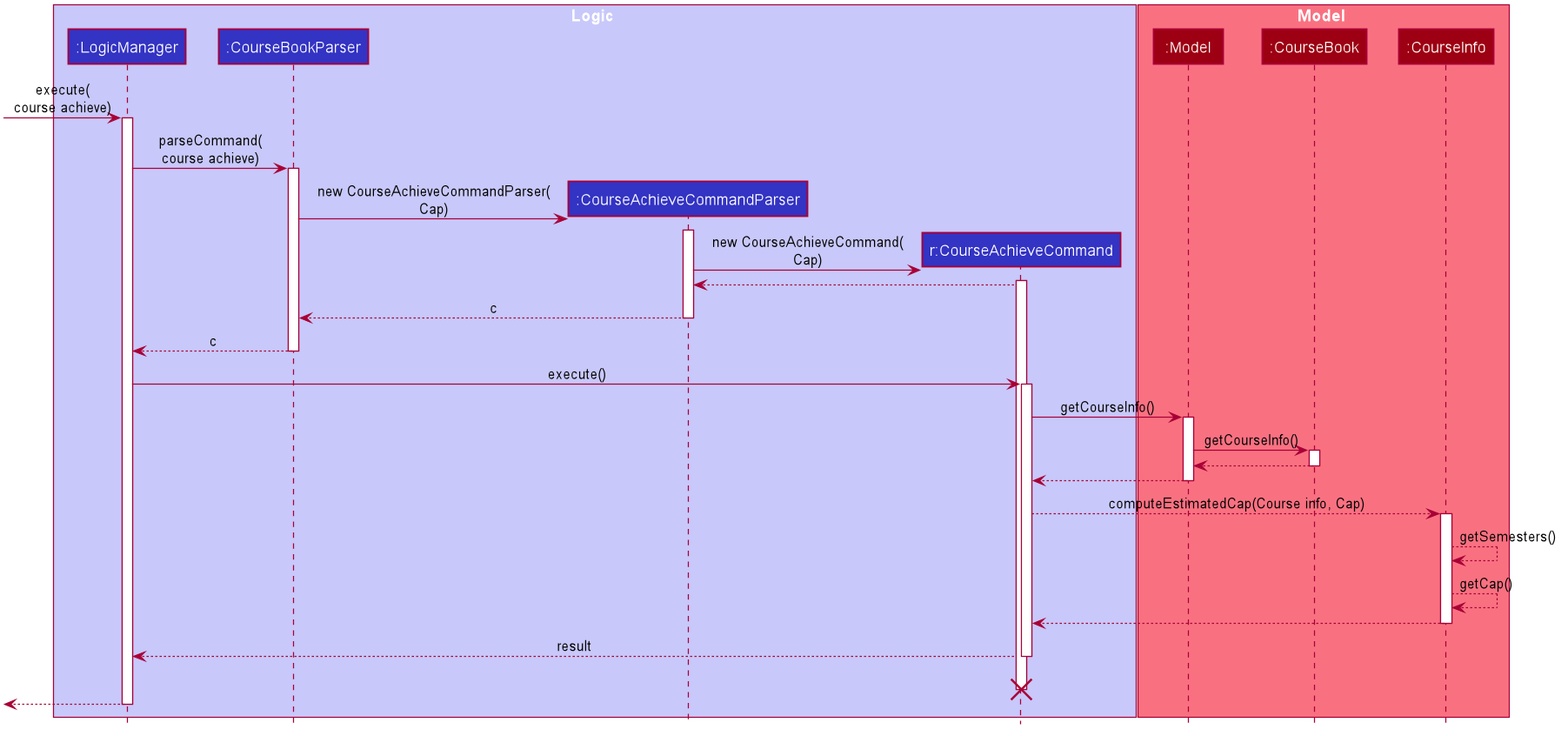
The PlantUML diagram images/developer-guide/CourseAchieveSequenceDiagram.png in AY1920S2-CS2103T-F09-3/main, before a commit. Its diagram source:
```plantuml
@startuml










skinparam BackgroundColor #FFFFFFF

skinparam Shadowing false

skinparam Class {
    FontColor #FFFFFF
    BorderThickness 1
    BorderColor #FFFFFF
    StereotypeFontColor #FFFFFF
    FontName Arial
}

skinparam Actor {
    BorderColor #000000
    Color #000000
    FontName Arial
}

skinparam Sequence {
    MessageAlign center
    BoxFontSize 15
    BoxPadding 0
    BoxFontColor #FFFFFF
    FontName Arial
}

skinparam Participant {
    FontColor #FFFFFFF
    Padding 20
}

skinparam MinClassWidth 50
skinparam ParticipantPadding 10
skinparam Shadowing false
skinparam DefaultTextAlignment center
skinparam packageStyle Rectangle

hide footbox
hide members
hide circle

box Logic #C8C8FA
participant ":LogicManager" as LogicManager #3333C4
participant ":CourseBookParser" as CourseBookParser #3333C4
participant ":CourseAchieveCommandParser" as CourseAchieveCommandParser #3333C4
participant "r:CourseAchieveCommand" as CourseAchieveCommand #3333C4
end box

box Model #F97181
participant ":Model" as Model #9D0012
participant ":CourseBook" as CourseBook #9D0012
participant ":CourseInfo" as CourseInfo #9D0012
end box

[-> LogicManager : execute(\ncourse achieve)
activate LogicManager

LogicManager -> CourseBookParser : parseCommand(\ncourse achieve)
activate CourseBookParser

create CourseAchieveCommandParser
CourseBookParser -> CourseAchieveCommandParser : new CourseAchieveCommandParser(\nCap)
activate CourseAchieveCommandParser

create CourseAchieveCommand
CourseAchieveCommandParser -> CourseAchieveCommand : new CourseAchieveCommand(\nCap)
activate CourseAchieveCommand

CourseAchieveCommand --> CourseAchieveCommandParser
CourseAchieveCommandParser --> CourseBookParser : c
deactivate CourseAchieveCommandParser

CourseBookParser --> LogicManager : c
deactivate CourseBookParser

LogicManager -> CourseAchieveCommand : execute()
activate CourseAchieveCommand

CourseAchieveCommand -> Model : getCourseInfo()
activate Model

Model -> CourseBook : getCourseInfo()
activate CourseBook

CourseBook --> Model
deactivate CourseBook

Model --> CourseAchieveCommand
deactivate Model

CourseAchieveCommand --> CourseInfo : computeEstimatedCap(Course info, Cap)
activate CourseInfo

CourseInfo --> CourseInfo : getSemesters()
CourseInfo --> CourseInfo : getCap()

CourseInfo --> CourseAchieveCommand
deactivate CourseInfo

CourseAchieveCommand --> LogicManager : result
deactivate CourseAchieveCommand
CourseAchieveCommand -[hidden]-> LogicManager : result
destroy CourseAchieveCommand

[<--LogicManager
deactivate LogicManager
@enduml
```
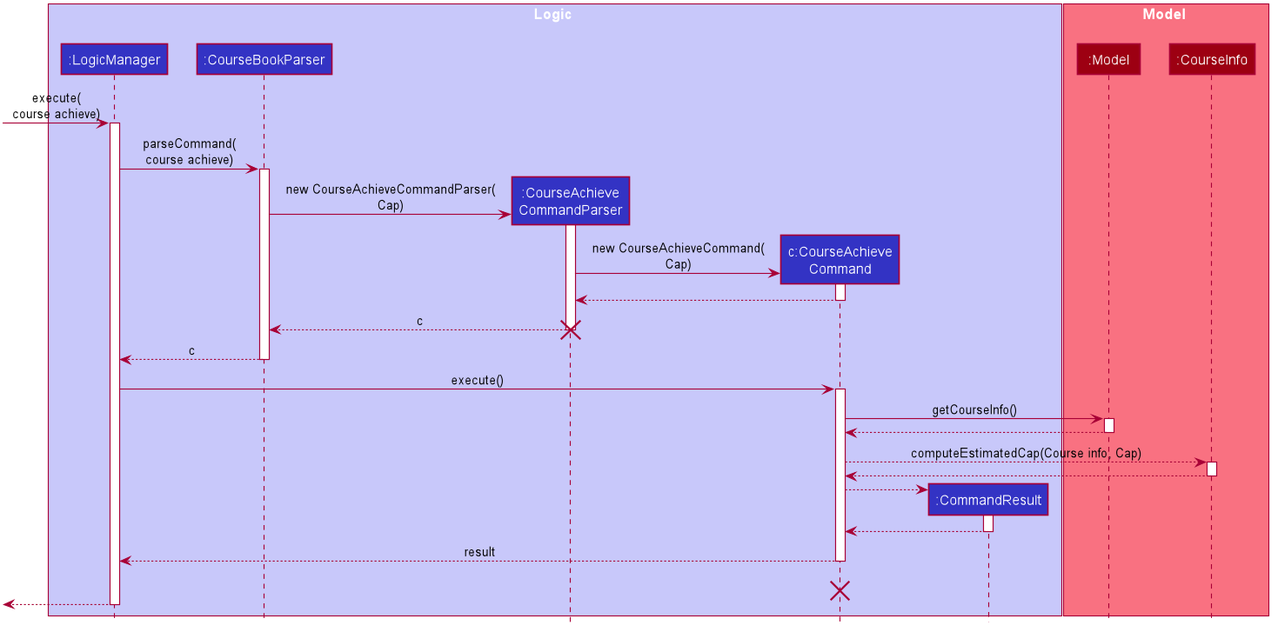
The same diagram one commit later.

Change to the diagram source:
```diff
@@ -53,13 +53,13 @@
 box Logic #C8C8FA
 participant ":LogicManager" as LogicManager #3333C4
 participant ":CourseBookParser" as CourseBookParser #3333C4
-participant ":CourseAchieveCommandParser" as CourseAchieveCommandParser #3333C4
-participant "r:CourseAchieveCommand" as CourseAchieveCommand #3333C4
+participant ":CourseAchieve\nCommandParser" as CourseAchieveCommandParser #3333C4
+participant "c:CourseAchieve\nCommand" as CourseAchieveCommand #3333C4
+participant ":CommandResult" as CommandResult #3333C4
 end box
 
 box Model #F97181
 participant ":Model" as Model #9D0012
-participant ":CourseBook" as CourseBook #9D0012
 participant ":CourseInfo" as CourseInfo #9D0012
 end box
 
@@ -78,8 +78,11 @@
 activate CourseAchieveCommand
 
 CourseAchieveCommand --> CourseAchieveCommandParser
+deactivate CourseAchieveCommand
+
 CourseAchieveCommandParser --> CourseBookParser : c
 deactivate CourseAchieveCommandParser
+destroy CourseAchieveCommandParser
 
 CourseBookParser --> LogicManager : c
 deactivate CourseBookParser
@@ -90,23 +93,20 @@
 CourseAchieveCommand -> Model : getCourseInfo()
 activate Model
 
-Model -> CourseBook : getCourseInfo()
-activate CourseBook
-
-CourseBook --> Model
-deactivate CourseBook
-
 Model --> CourseAchieveCommand
 deactivate Model
 
 CourseAchieveCommand --> CourseInfo : computeEstimatedCap(Course info, Cap)
 activate CourseInfo
 
-CourseInfo --> CourseInfo : getSemesters()
-CourseInfo --> CourseInfo : getCap()
-
 CourseInfo --> CourseAchieveCommand
 deactivate CourseInfo
+
+create CommandResult
+CourseAchieveCommand --> CommandResult
+activate CommandResult
+CommandResult --> CourseAchieveCommand
+deactivate CommandResult
 
 CourseAchieveCommand --> LogicManager : result
 deactivate CourseAchieveCommand
```
